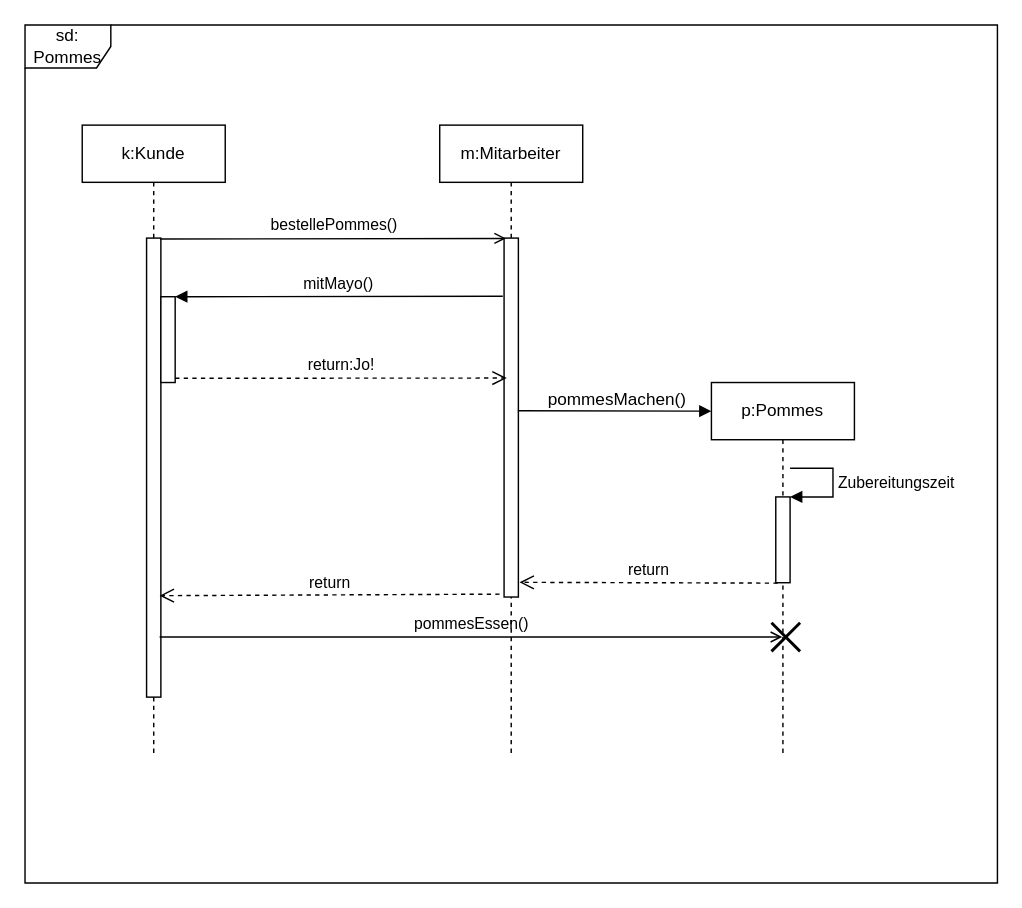
Before: 03_UML_Sequenzdiagramm.drawio in 05-FUEM-I-ComCaveDD/01_UML_Diagramme, a draw.io diagram. Source tidied: cells renumbered, new cells numbered last; positions are measured from the earlier drawing's top-left corner, leaving out a move shared by most shapes. Both pictures are drawn from the tidied source at 143%, with x=0, y=0 at pixel (24, 24).
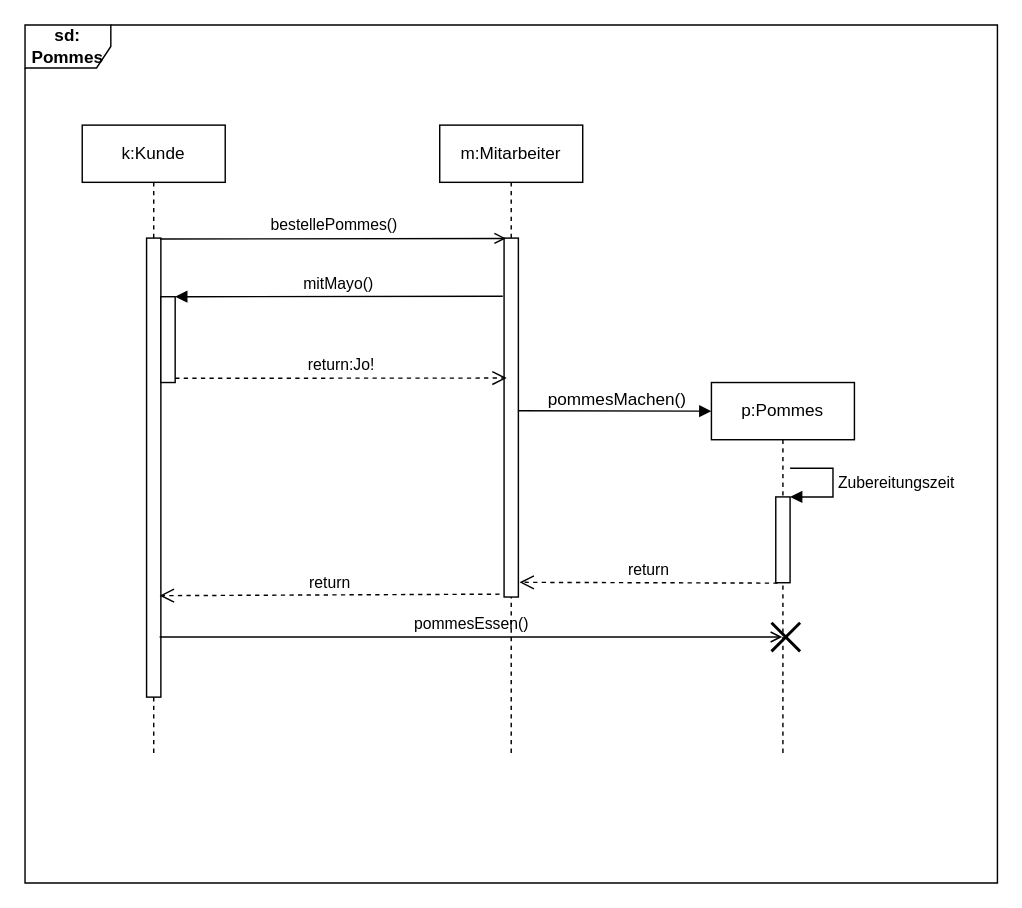
The same diagram, later.

Diff of the diagram source:
```diff
@@
-    <mxCell id="2" value="sd:&lt;br&gt;Pommes&lt;br&gt;" style="shape=umlFrame;whiteSpace=wrap;html=1;" parent="1" vertex="1">
+    <mxCell id="2" value="&lt;b&gt;sd:&lt;br&gt;Pommes&lt;/b&gt;" style="shape=umlFrame;whiteSpace=wrap;html=1;" parent="1" vertex="1">
       <mxGeometry width="680" height="600" as="geometry" />
     </mxCell>
```
